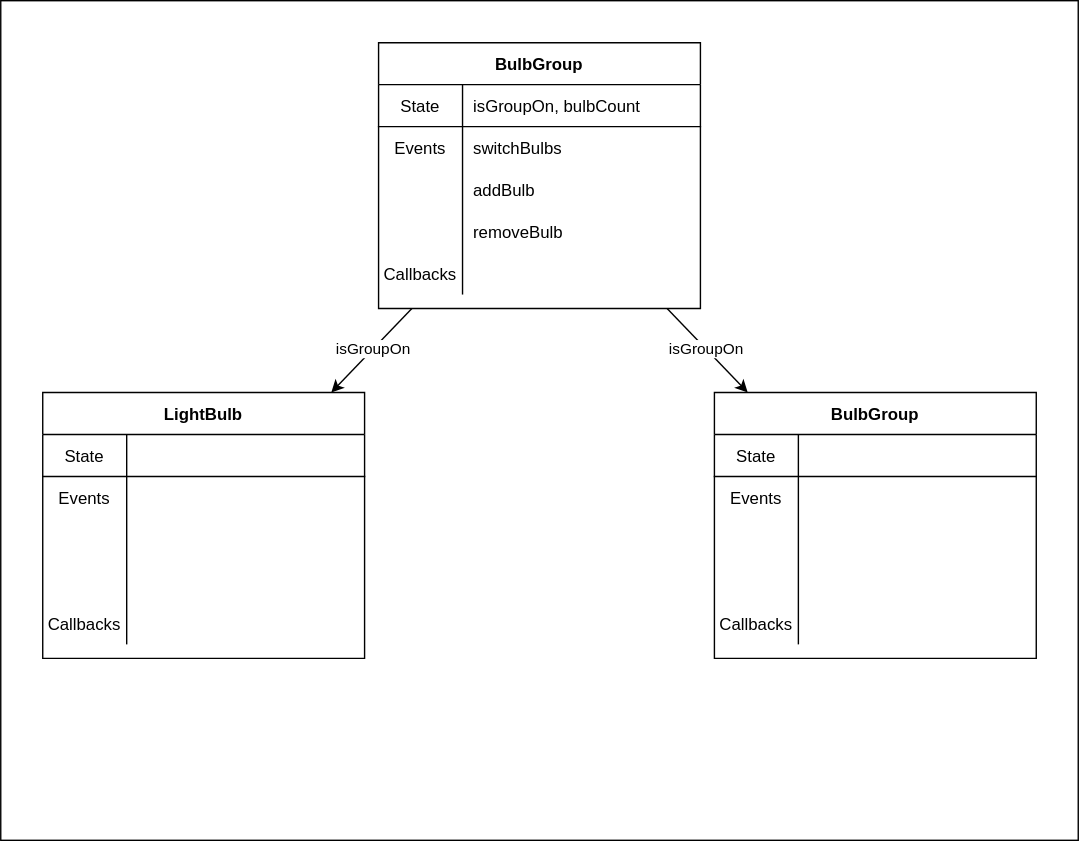
Before: 03_information_flow/assets/smart-home-diagram.drawio.svg, a diagram exported from draw.io (learn-co-students/SENG-LIVE-071822-Phase-2). Source tidied: cells renumbered, new cells last; positions are measured from the earlier drawing's top-left corner, leaving out a move shared by most shapes.
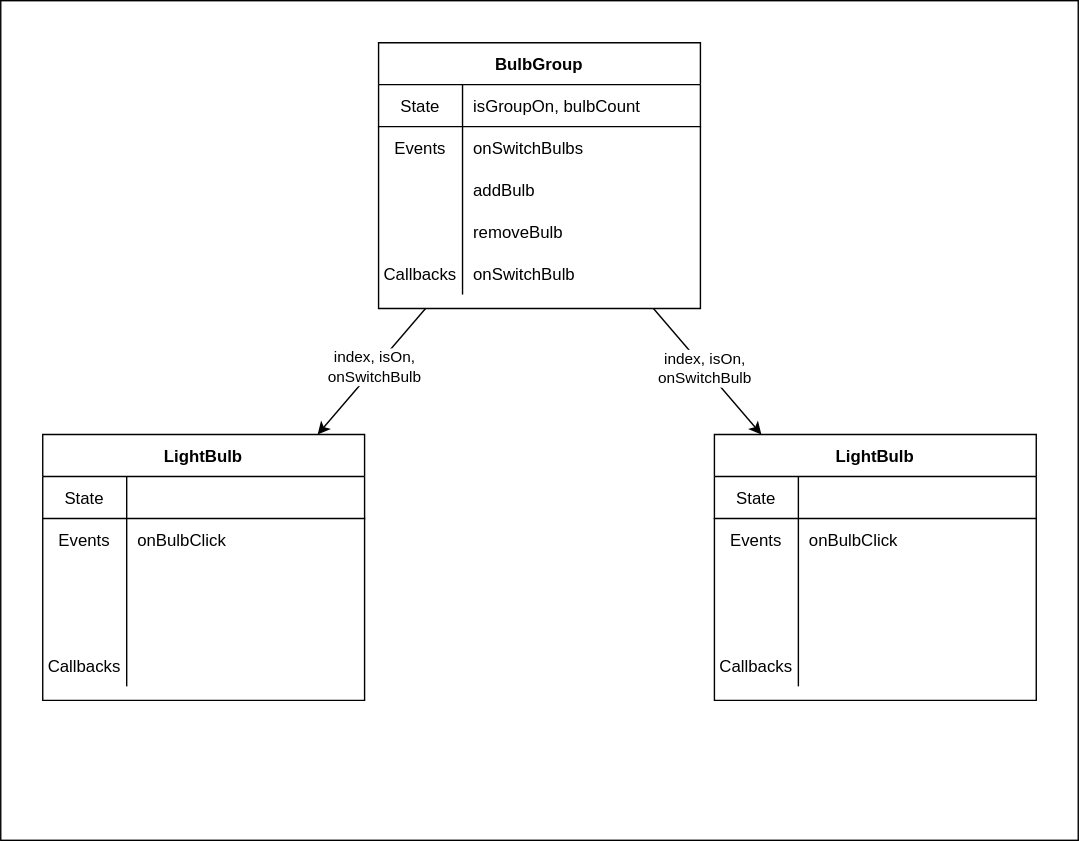
The same file after the commit.

The edit, as a diff of the source:
```diff
@@ -8,13 +8,13 @@
     <mxCell id="3" style="edgeStyle=none;html=1;" parent="1" edge="1" source="7" target="23">
       <mxGeometry relative="1" as="geometry" />
     </mxCell>
-    <mxCell id="4" value="isGroupOn" style="edgeLabel;html=1;align=center;verticalAlign=middle;" parent="3" vertex="1">
+    <mxCell id="4" value="index, isOn,&lt;br&gt;onSwitchBulb" style="edgeLabel;html=1;align=center;verticalAlign=middle;" parent="3" vertex="1">
       <mxGeometry x="-0.05" y="-1" relative="1" as="geometry" />
     </mxCell>
     <mxCell id="5" style="edgeStyle=none;html=1;" parent="1" edge="1" source="7" target="39">
       <mxGeometry relative="1" as="geometry" />
     </mxCell>
-    <mxCell id="6" value="isGroupOn" style="edgeLabel;html=1;align=center;verticalAlign=middle;" parent="5" vertex="1">
+    <mxCell id="6" value="index, isOn,&lt;br&gt;onSwitchBulb" style="edgeLabel;html=1;align=center;verticalAlign=middle;" parent="5" vertex="1">
       <mxGeometry x="-0.05" relative="1" as="geometry" />
     </mxCell>
     <mxCell id="7" value="BulbGroup" style="shape=table;startSize=30;rowLines=0;fontStyle=1;align=center;" parent="1" vertex="1">
@@ -35,7 +35,7 @@
     <mxCell id="12" value="Events" style="shape=partialRectangle;fillColor=none;top=0;left=0;bottom=0;right=0;overflow=hidden;" parent="11" vertex="1">
       <mxGeometry width="60" height="30" as="geometry" />
     </mxCell>
-    <mxCell id="13" value="switchBulbs" style="shape=partialRectangle;fillColor=none;top=0;left=0;bottom=0;right=0;align=left;spacingLeft=6;overflow=hidden;" parent="11" vertex="1">
+    <mxCell id="13" value="onSwitchBulbs" style="shape=partialRectangle;fillColor=none;top=0;left=0;bottom=0;right=0;align=left;spacingLeft=6;overflow=hidden;" parent="11" vertex="1">
       <mxGeometry x="60" width="170" height="30" as="geometry" />
     </mxCell>
     <mxCell id="14" style="shape=partialRectangle;fillColor=none;top=0;left=0;bottom=0;right=0;" parent="7" vertex="1">
@@ -62,11 +62,11 @@
     <mxCell id="21" value="Callbacks" style="shape=partialRectangle;fillColor=none;top=0;left=0;bottom=0;right=0;overflow=hidden;" parent="20" vertex="1">
       <mxGeometry width="60" height="30" as="geometry" />
     </mxCell>
-    <mxCell id="22" style="shape=partialRectangle;fillColor=none;top=0;left=0;bottom=0;right=0;align=left;spacingLeft=6;overflow=hidden;" parent="20" vertex="1">
+    <mxCell id="22" value="onSwitchBulb" style="shape=partialRectangle;fillColor=none;top=0;left=0;bottom=0;right=0;align=left;spacingLeft=6;overflow=hidden;" parent="20" vertex="1">
       <mxGeometry x="60" width="170" height="30" as="geometry" />
     </mxCell>
     <mxCell id="23" value="LightBulb" style="shape=table;startSize=30;rowLines=0;fontStyle=1;align=center;" parent="1" vertex="1">
-      <mxGeometry x="30" y="280" width="230" height="190" as="geometry" />
+      <mxGeometry x="30" y="310" width="230" height="190" as="geometry" />
     </mxCell>
     <mxCell id="24" style="shape=partialRectangle;fillColor=none;top=0;left=0;bottom=1;right=0;" parent="23" vertex="1">
       <mxGeometry y="30" width="230" height="30" as="geometry" />
@@ -83,7 +83,7 @@
     <mxCell id="28" value="Events" style="shape=partialRectangle;fillColor=none;top=0;left=0;bottom=0;right=0;overflow=hidden;" parent="27" vertex="1">
       <mxGeometry width="60" height="30" as="geometry" />
     </mxCell>
-    <mxCell id="29" style="shape=partialRectangle;fillColor=none;top=0;left=0;bottom=0;right=0;align=left;spacingLeft=6;overflow=hidden;" parent="27" vertex="1">
+    <mxCell id="29" value="onBulbClick" style="shape=partialRectangle;fillColor=none;top=0;left=0;bottom=0;right=0;align=left;spacingLeft=6;overflow=hidden;" parent="27" vertex="1">
       <mxGeometry x="60" width="170" height="30" as="geometry" />
     </mxCell>
     <mxCell id="30" style="shape=partialRectangle;fillColor=none;top=0;left=0;bottom=0;right=0;" parent="23" vertex="1">
@@ -113,8 +113,8 @@
     <mxCell id="38" style="shape=partialRectangle;fillColor=none;top=0;left=0;bottom=0;right=0;align=left;spacingLeft=6;overflow=hidden;" parent="36" vertex="1">
       <mxGeometry x="60" width="170" height="30" as="geometry" />
     </mxCell>
-    <mxCell id="39" value="BulbGroup" style="shape=table;startSize=30;rowLines=0;fontStyle=1;align=center;" parent="1" vertex="1">
-      <mxGeometry x="510" y="280" width="230" height="190" as="geometry" />
+    <mxCell id="39" value="LightBulb" style="shape=table;startSize=30;rowLines=0;fontStyle=1;align=center;" parent="1" vertex="1">
+      <mxGeometry x="510" y="310" width="230" height="190" as="geometry" />
     </mxCell>
     <mxCell id="40" style="shape=partialRectangle;fillColor=none;top=0;left=0;bottom=1;right=0;" parent="39" vertex="1">
       <mxGeometry y="30" width="230" height="30" as="geometry" />
@@ -131,7 +131,7 @@
     <mxCell id="44" value="Events" style="shape=partialRectangle;fillColor=none;top=0;left=0;bottom=0;right=0;overflow=hidden;" parent="43" vertex="1">
       <mxGeometry width="60" height="30" as="geometry" />
     </mxCell>
-    <mxCell id="45" style="shape=partialRectangle;fillColor=none;top=0;left=0;bottom=0;right=0;align=left;spacingLeft=6;overflow=hidden;" parent="43" vertex="1">
+    <mxCell id="45" value="onBulbClick" style="shape=partialRectangle;fillColor=none;top=0;left=0;bottom=0;right=0;align=left;spacingLeft=6;overflow=hidden;" parent="43" vertex="1">
       <mxGeometry x="60" width="170" height="30" as="geometry" />
     </mxCell>
     <mxCell id="46" style="shape=partialRectangle;fillColor=none;top=0;left=0;bottom=0;right=0;" parent="39" vertex="1">
```
